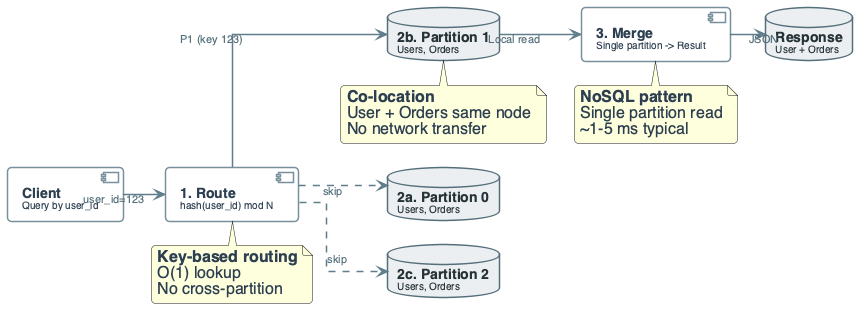
OrPerets/data-engineering-course keeps this PlantUML diagram as diagrams/week02/week2_lecture_slide35_query_flow.png. Above is the earlier version.
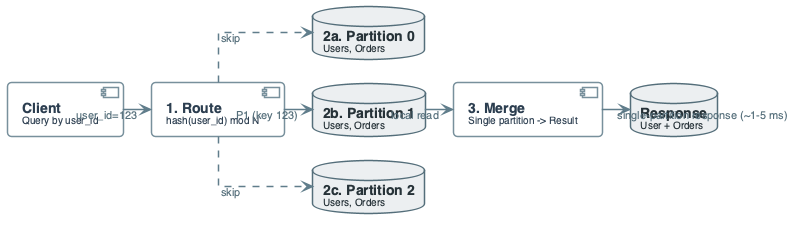
The same file after the commit.

What changed in the source:
```diff
@@ -134,25 +134,7 @@
 R --> P1 : "P1 (key 123)"
 R ..> P0 : "skip"
 R ..> P2 : "skip"
-P1 --> M : "Local read"
-M --> OUT : "JSON"
-
-note bottom of R
-  **Key-based routing**
-  O(1) lookup
-  No cross-partition
-end note
-
-note bottom of P1
-  **Co-location**
-  User + Orders same node
-  No network transfer
-end note
-
-note bottom of M
-  **NoSQL pattern**
-  Single partition read
-  ~1-5 ms typical
-end note
+P1 --> M : "local read"
+M --> OUT : "single-partition response (~1-5 ms)"
 
 @enduml
```
